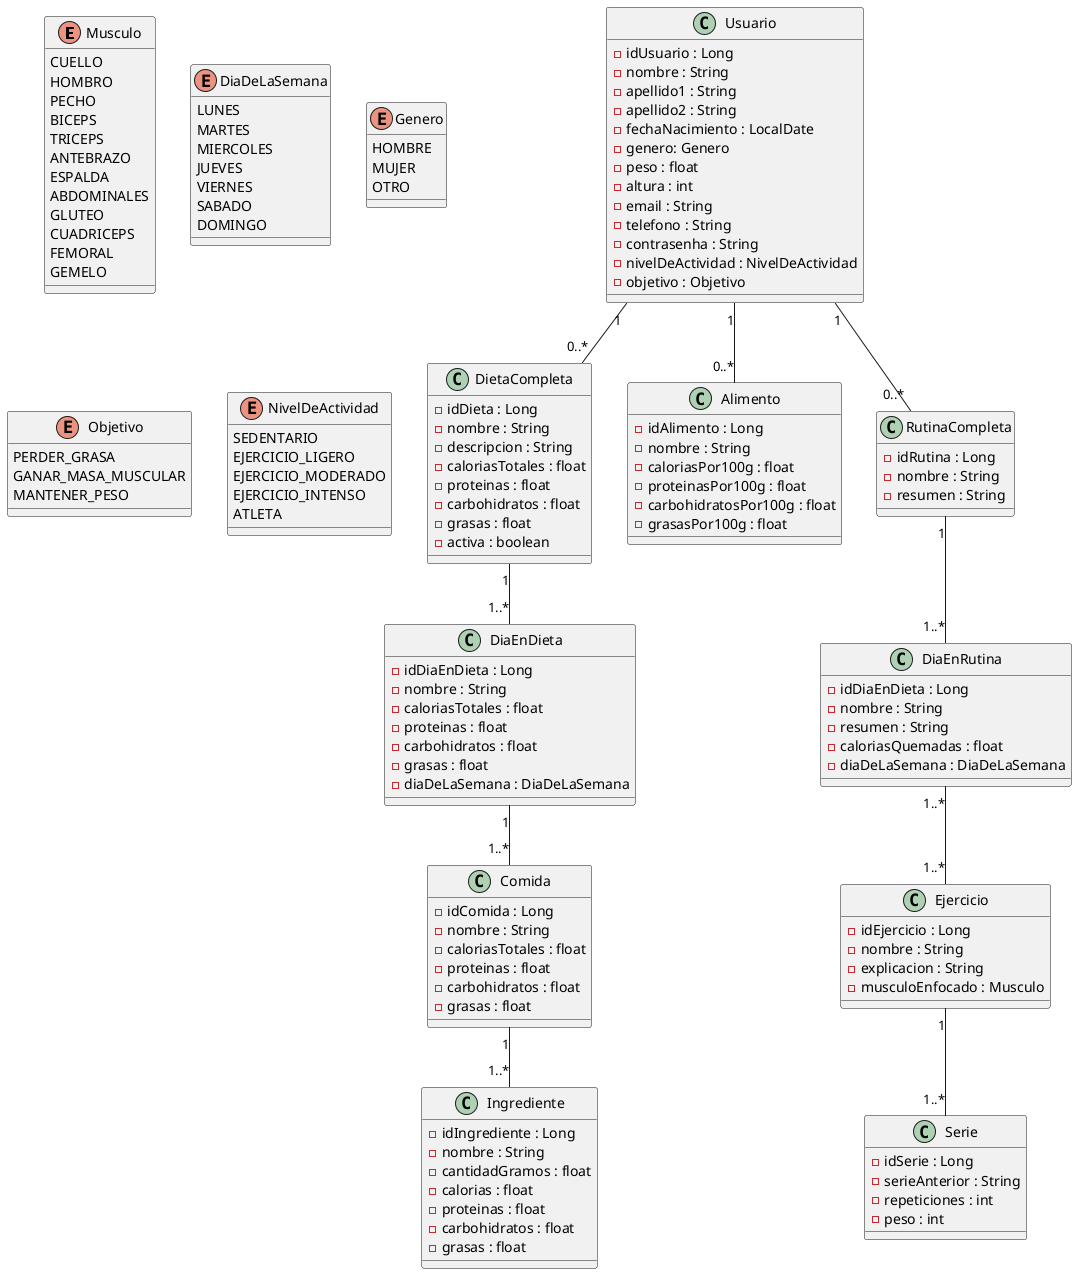
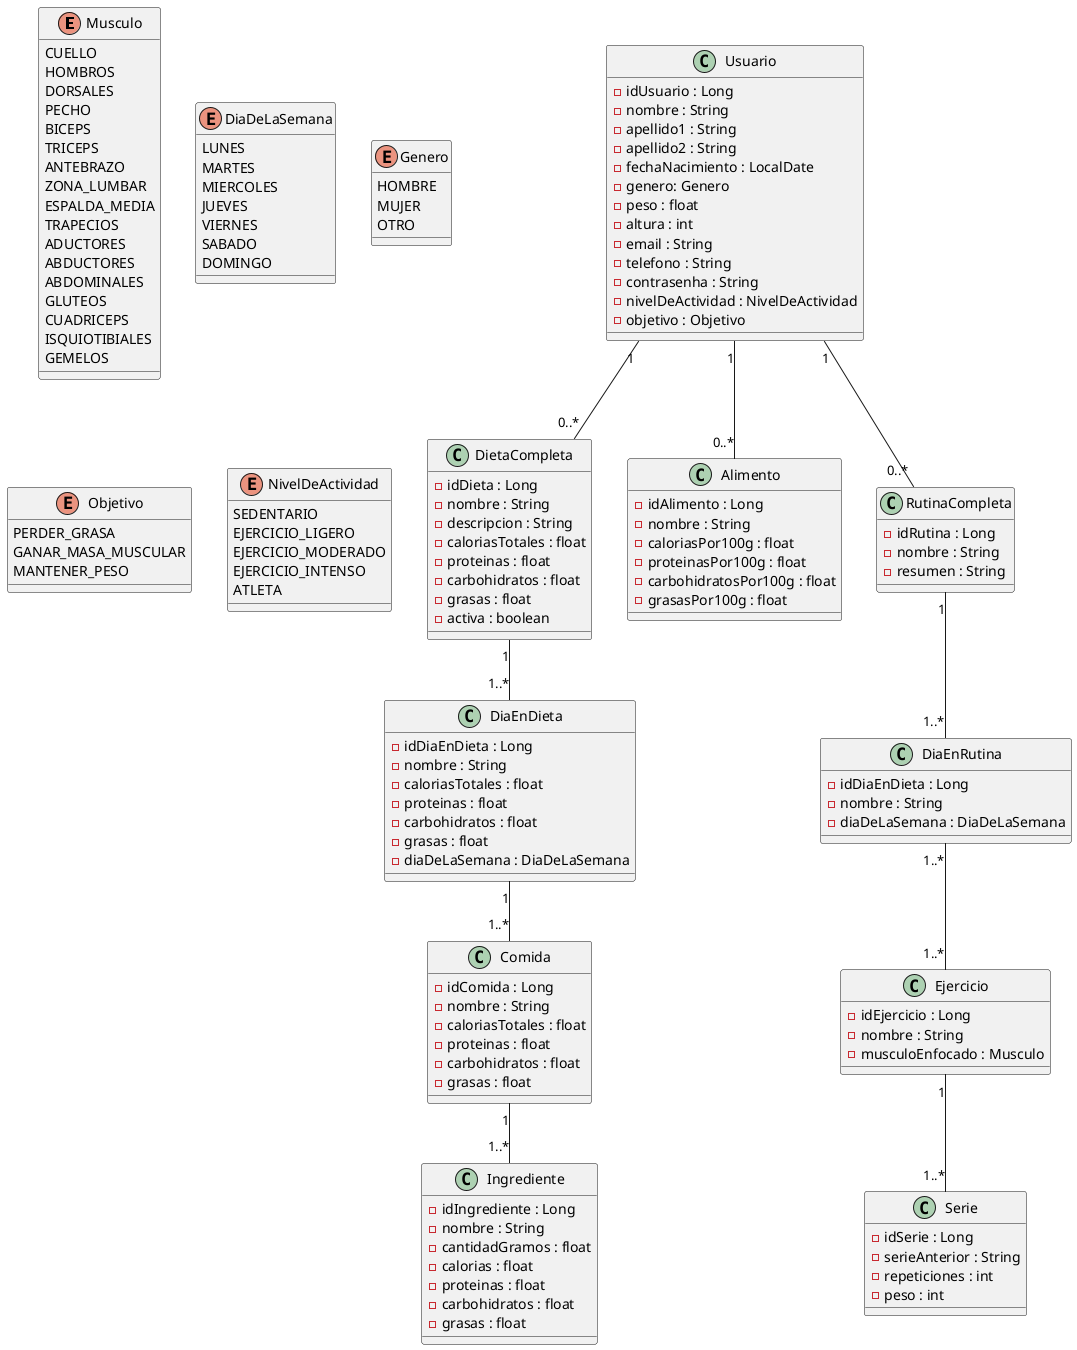
@startuml

' ========================
' ====== ENUMERADOS ======
' ========================

enum Musculo  {
CUELLO
- HOMBRO
+ HOMBROS
+ DORSALES
PECHO
BICEPS
TRICEPS
ANTEBRAZO
- ESPALDA
+ ZONA_LUMBAR
+ ESPALDA_MEDIA
+ TRAPECIOS
+ ADUCTORES
+ ABDUCTORES
ABDOMINALES
- GLUTEO
+ GLUTEOS
CUADRICEPS
- FEMORAL
- GEMELO
+ ISQUIOTIBIALES
+ GEMELOS
}

enum DiaDeLaSemana  {
LUNES
MARTES
MIERCOLES
JUEVES
VIERNES
SABADO
DOMINGO
}

enum Genero {
HOMBRE
MUJER
OTRO
}

enum Objetivo {
    PERDER_GRASA
    GANAR_MASA_MUSCULAR
    MANTENER_PESO
}

enum NivelDeActividad {
    SEDENTARIO
    EJERCICIO_LIGERO
    EJERCICIO_MODERADO
    EJERCICIO_INTENSO
    ATLETA
}

' ========================
' ======== CLASES ========
' ========================

class Usuario {
- idUsuario : Long
- nombre : String
- apellido1 : String
- apellido2 : String
- fechaNacimiento : LocalDate
- genero: Genero
- peso : float
- altura : int
- email : String
- telefono : String
- contrasenha : String
- nivelDeActividad : NivelDeActividad
- objetivo : Objetivo
}

class DietaCompleta {
- idDieta : Long
- nombre : String
- descripcion : String
- caloriasTotales : float
- proteinas : float
- carbohidratos : float
- grasas : float
- activa : boolean
}

class DiaEnDieta {
- idDiaEnDieta : Long
- nombre : String
- caloriasTotales : float
- proteinas : float
- carbohidratos : float
- grasas : float
- diaDeLaSemana : DiaDeLaSemana
}


class Comida {
- idComida : Long
- nombre : String
- caloriasTotales : float
- proteinas : float
- carbohidratos : float
- grasas : float
}

class Ingrediente {
- idIngrediente : Long
- nombre : String
- cantidadGramos : float
- calorias : float
- proteinas : float
- carbohidratos : float
- grasas : float
}

class Alimento {
- idAlimento : Long
- nombre : String
- caloriasPor100g : float
- proteinasPor100g : float
- carbohidratosPor100g : float
- grasasPor100g : float
}

class RutinaCompleta {
- idRutina : Long
- nombre : String
- resumen : String
}

class DiaEnRutina {
- idDiaEnDieta : Long
- nombre : String
- - resumen : String
- - caloriasQuemadas : float
- diaDeLaSemana : DiaDeLaSemana
}

class Ejercicio {
- idEjercicio : Long
- nombre : String
- - explicacion : String
- musculoEnfocado : Musculo
}

class Serie {
- idSerie : Long
- serieAnterior : String
- repeticiones : int
- peso : int
}

' ========================
' ====== RELACIONES ======
' ========================

Usuario "1"  -- "0..*" DietaCompleta

DietaCompleta "1" -- "1..*" DiaEnDieta

Usuario "1"  -- "0..*" RutinaCompleta

DiaEnDieta "1"  -- "1..*" Comida

Comida "1"  -- "1..*" Ingrediente

Usuario "1" -- "0..*" Alimento

RutinaCompleta "1"  -- "1..*" DiaEnRutina

DiaEnRutina "1..*" -- "1..*" Ejercicio

Ejercicio "1"  -- "1..*" Serie

@enduml